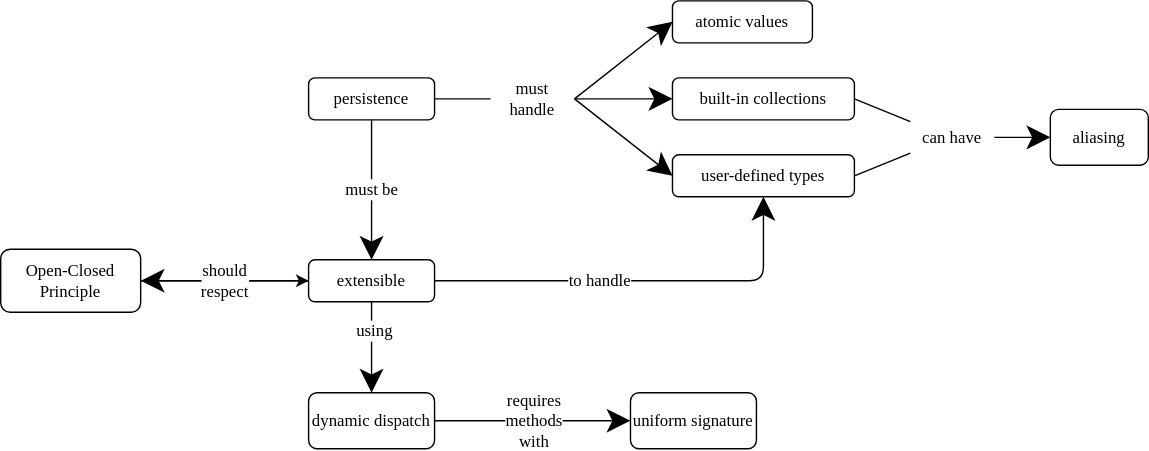
This is docs/persist/concept_map.svg from gvwilson/sdxpy, a draw.io export, as it was before one commit. Source tidied: cells renumbered, new cells last; positions are measured from the earlier drawing's top-left corner, leaving out a move shared by most shapes.
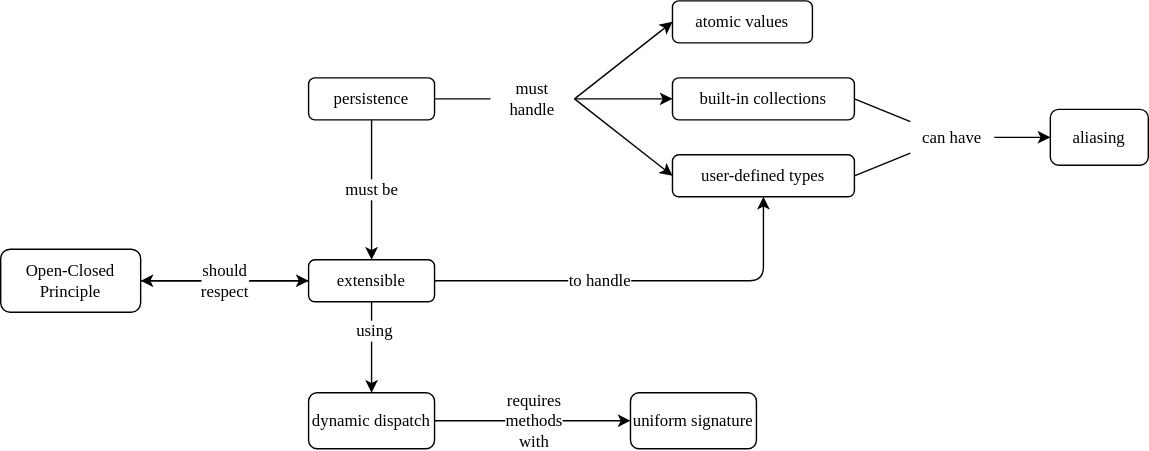
Above is the later version.

The edit, as a diff of the source:
```diff
@@ -32,10 +32,10 @@
     <mxCell id="11" value="uniform signature" style="rounded=1;whiteSpace=wrap;html=1;hachureGap=4;fontFamily=Verdana;fontSize=12;fillColor=none;" parent="1" vertex="1">
       <mxGeometry x="450" y="280" width="90" height="40" as="geometry" />
     </mxCell>
-    <mxCell id="12" value="must be" style="endArrow=classic;html=1;rounded=1;hachureGap=4;fontFamily=Verdana;fontSize=12;startSize=14;endSize=14;sourcePerimeterSpacing=8;targetPerimeterSpacing=8;exitX=0.5;exitY=1;exitDx=0;exitDy=0;entryX=0.5;entryY=0;entryDx=0;entryDy=0;" parent="1" edge="1" source="2" target="7">
+    <mxCell id="12" value="must be" style="endArrow=classic;html=1;rounded=1;hachureGap=4;fontFamily=Verdana;fontSize=12;startSize=6;endSize=6;sourcePerimeterSpacing=0;targetPerimeterSpacing=0;exitX=0.5;exitY=1;exitDx=0;exitDy=0;entryX=0.5;entryY=0;entryDx=0;entryDy=0;" parent="1" edge="1" source="2" target="7">
       <mxGeometry relative="1" as="geometry" />
     </mxCell>
-    <mxCell id="13" value="to handle" style="endArrow=classic;html=1;rounded=1;hachureGap=4;fontFamily=Verdana;fontSize=12;startSize=14;endSize=14;sourcePerimeterSpacing=8;targetPerimeterSpacing=8;exitX=1;exitY=0.5;exitDx=0;exitDy=0;entryX=0.5;entryY=1;entryDx=0;entryDy=0;" parent="1" edge="1" source="7" target="5">
+    <mxCell id="13" value="to handle" style="endArrow=classic;html=1;rounded=1;hachureGap=4;fontFamily=Verdana;fontSize=12;startSize=6;endSize=6;sourcePerimeterSpacing=0;targetPerimeterSpacing=0;exitX=1;exitY=0.5;exitDx=0;exitDy=0;entryX=0.5;entryY=1;entryDx=0;entryDy=0;" parent="1" edge="1" source="7" target="5">
       <mxGeometry x="-0.2" relative="1" as="geometry">
         <Array as="points">
           <mxPoint x="545" y="200" />
@@ -48,19 +48,19 @@
     <mxCell id="15" style="endArrow=none;html=1;rounded=1;hachureGap=4;fontFamily=Verdana;fontSize=16;startSize=14;endSize=14;sourcePerimeterSpacing=8;targetPerimeterSpacing=8;entryX=0;entryY=0.5;entryDx=0;entryDy=0;exitX=1;exitY=0.5;exitDx=0;exitDy=0;" parent="1" edge="1" source="2" target="14">
       <mxGeometry relative="1" as="geometry" />
     </mxCell>
-    <mxCell id="16" style="endArrow=classic;html=1;rounded=1;hachureGap=4;fontFamily=Verdana;fontSize=16;startSize=14;endSize=14;sourcePerimeterSpacing=8;targetPerimeterSpacing=8;entryX=0;entryY=0.5;entryDx=0;entryDy=0;exitX=1;exitY=0.5;exitDx=0;exitDy=0;" parent="1" edge="1" source="14" target="3">
+    <mxCell id="16" style="endArrow=classic;html=1;rounded=1;hachureGap=4;fontFamily=Verdana;fontSize=16;startSize=6;endSize=6;sourcePerimeterSpacing=0;targetPerimeterSpacing=0;entryX=0;entryY=0.5;entryDx=0;entryDy=0;exitX=1;exitY=0.5;exitDx=0;exitDy=0;" parent="1" edge="1" source="14" target="3">
       <mxGeometry relative="1" as="geometry" />
     </mxCell>
-    <mxCell id="17" style="endArrow=classic;html=1;rounded=1;hachureGap=4;fontFamily=Verdana;fontSize=16;startSize=14;endSize=14;sourcePerimeterSpacing=8;targetPerimeterSpacing=8;entryX=0;entryY=0.5;entryDx=0;entryDy=0;exitX=1;exitY=0.5;exitDx=0;exitDy=0;" parent="1" edge="1" source="14" target="4">
+    <mxCell id="17" style="endArrow=classic;html=1;rounded=1;hachureGap=4;fontFamily=Verdana;fontSize=16;startSize=6;endSize=6;sourcePerimeterSpacing=0;targetPerimeterSpacing=0;entryX=0;entryY=0.5;entryDx=0;entryDy=0;exitX=1;exitY=0.5;exitDx=0;exitDy=0;" parent="1" edge="1" source="14" target="4">
       <mxGeometry relative="1" as="geometry" />
     </mxCell>
-    <mxCell id="18" style="endArrow=classic;html=1;rounded=1;hachureGap=4;fontFamily=Verdana;fontSize=16;startSize=14;endSize=14;sourcePerimeterSpacing=8;targetPerimeterSpacing=8;entryX=0;entryY=0.5;entryDx=0;entryDy=0;exitX=1;exitY=0.5;exitDx=0;exitDy=0;" parent="1" edge="1" source="14" target="5">
+    <mxCell id="18" style="endArrow=classic;html=1;rounded=1;hachureGap=4;fontFamily=Verdana;fontSize=16;startSize=6;endSize=6;sourcePerimeterSpacing=0;targetPerimeterSpacing=0;entryX=0;entryY=0.5;entryDx=0;entryDy=0;exitX=1;exitY=0.5;exitDx=0;exitDy=0;" parent="1" edge="1" source="14" target="5">
       <mxGeometry relative="1" as="geometry" />
     </mxCell>
     <mxCell id="19" value="can have" style="text;html=1;strokeColor=none;fillColor=none;align=center;verticalAlign=middle;whiteSpace=wrap;rounded=0;sketch=1;hachureGap=4;fontFamily=Verdana;fontSize=12;" parent="1" vertex="1">
       <mxGeometry x="650" y="75" width="60" height="45" as="geometry" />
     </mxCell>
-    <mxCell id="20" style="endArrow=classic;html=1;rounded=1;hachureGap=4;fontFamily=Verdana;fontSize=16;startSize=14;endSize=14;sourcePerimeterSpacing=8;targetPerimeterSpacing=8;entryX=0;entryY=0.5;entryDx=0;entryDy=0;exitX=1;exitY=0.5;exitDx=0;exitDy=0;endFill=1;" parent="1" edge="1" source="19" target="6">
+    <mxCell id="20" style="endArrow=classic;html=1;rounded=1;hachureGap=4;fontFamily=Verdana;fontSize=16;startSize=6;endSize=6;sourcePerimeterSpacing=0;targetPerimeterSpacing=0;entryX=0;entryY=0.5;entryDx=0;entryDy=0;exitX=1;exitY=0.5;exitDx=0;exitDy=0;endFill=1;" parent="1" edge="1" source="19" target="6">
       <mxGeometry relative="1" as="geometry" />
     </mxCell>
     <mxCell id="21" style="endArrow=none;html=1;rounded=1;hachureGap=4;fontFamily=Verdana;fontSize=16;startSize=14;endSize=14;sourcePerimeterSpacing=8;targetPerimeterSpacing=8;exitX=1;exitY=0.5;exitDx=0;exitDy=0;entryX=0;entryY=0.25;entryDx=0;entryDy=0;" parent="1" edge="1" source="4" target="19">
@@ -69,16 +69,16 @@
     <mxCell id="22" style="endArrow=none;html=1;rounded=1;hachureGap=4;fontFamily=Verdana;fontSize=16;startSize=14;endSize=14;sourcePerimeterSpacing=8;targetPerimeterSpacing=8;exitX=1;exitY=0.5;exitDx=0;exitDy=0;entryX=0;entryY=0.75;entryDx=0;entryDy=0;" parent="1" edge="1" source="5" target="19">
       <mxGeometry relative="1" as="geometry" />
     </mxCell>
-    <mxCell id="23" value="should&lt;br style=&quot;font-size: 12px;&quot;&gt;respect" style="endArrow=classic;html=1;rounded=1;hachureGap=4;fontFamily=Verdana;fontSize=12;startSize=14;endSize=14;sourcePerimeterSpacing=8;targetPerimeterSpacing=8;entryX=1;entryY=0.5;entryDx=0;entryDy=0;exitX=0;exitY=0.5;exitDx=0;exitDy=0;" parent="1" edge="1" source="7" target="9">
+    <mxCell id="23" value="should&lt;br style=&quot;font-size: 12px;&quot;&gt;respect" style="endArrow=classic;html=1;rounded=1;hachureGap=4;fontFamily=Verdana;fontSize=12;startSize=6;endSize=6;sourcePerimeterSpacing=0;targetPerimeterSpacing=0;entryX=1;entryY=0.5;entryDx=0;entryDy=0;exitX=0;exitY=0.5;exitDx=0;exitDy=0;" parent="1" edge="1" source="7" target="9">
       <mxGeometry relative="1" as="geometry" />
     </mxCell>
-    <mxCell id="24" style="endArrow=classic;html=1;rounded=1;hachureGap=4;fontFamily=Verdana;fontSize=16;startSize=14;endSize=14;sourcePerimeterSpacing=8;targetPerimeterSpacing=8;entryX=0.5;entryY=0;entryDx=0;entryDy=0;exitX=0.5;exitY=1;exitDx=0;exitDy=0;" parent="1" edge="1" source="7" target="10">
+    <mxCell id="24" style="endArrow=classic;html=1;rounded=1;hachureGap=4;fontFamily=Verdana;fontSize=16;startSize=6;endSize=6;sourcePerimeterSpacing=0;targetPerimeterSpacing=0;entryX=0.5;entryY=0;entryDx=0;entryDy=0;exitX=0.5;exitY=1;exitDx=0;exitDy=0;" parent="1" edge="1" source="7" target="10">
       <mxGeometry relative="1" as="geometry" />
     </mxCell>
     <mxCell id="25" value="using" style="edgeLabel;html=1;align=center;verticalAlign=middle;fontSize=12;fontFamily=Verdana;" parent="24" vertex="1">
       <mxGeometry x="-0.4" y="1" relative="1" as="geometry" />
     </mxCell>
-    <mxCell id="26" value="requires&lt;br style=&quot;font-size: 12px;&quot;&gt;methods&lt;br style=&quot;font-size: 12px;&quot;&gt;with" style="endArrow=classic;html=1;rounded=1;hachureGap=4;fontFamily=Verdana;fontSize=12;startSize=14;endSize=14;sourcePerimeterSpacing=8;targetPerimeterSpacing=8;entryX=0;entryY=0.5;entryDx=0;entryDy=0;exitX=1;exitY=0.5;exitDx=0;exitDy=0;" parent="1" edge="1" source="10" target="11">
+    <mxCell id="26" value="requires&lt;br style=&quot;font-size: 12px;&quot;&gt;methods&lt;br style=&quot;font-size: 12px;&quot;&gt;with" style="endArrow=classic;html=1;rounded=1;hachureGap=4;fontFamily=Verdana;fontSize=12;startSize=6;endSize=6;sourcePerimeterSpacing=0;targetPerimeterSpacing=0;entryX=0;entryY=0.5;entryDx=0;entryDy=0;exitX=1;exitY=0.5;exitDx=0;exitDy=0;" parent="1" edge="1" source="10" target="11">
       <mxGeometry x="0.01" relative="1" as="geometry" />
     </mxCell>
   </root>
```
